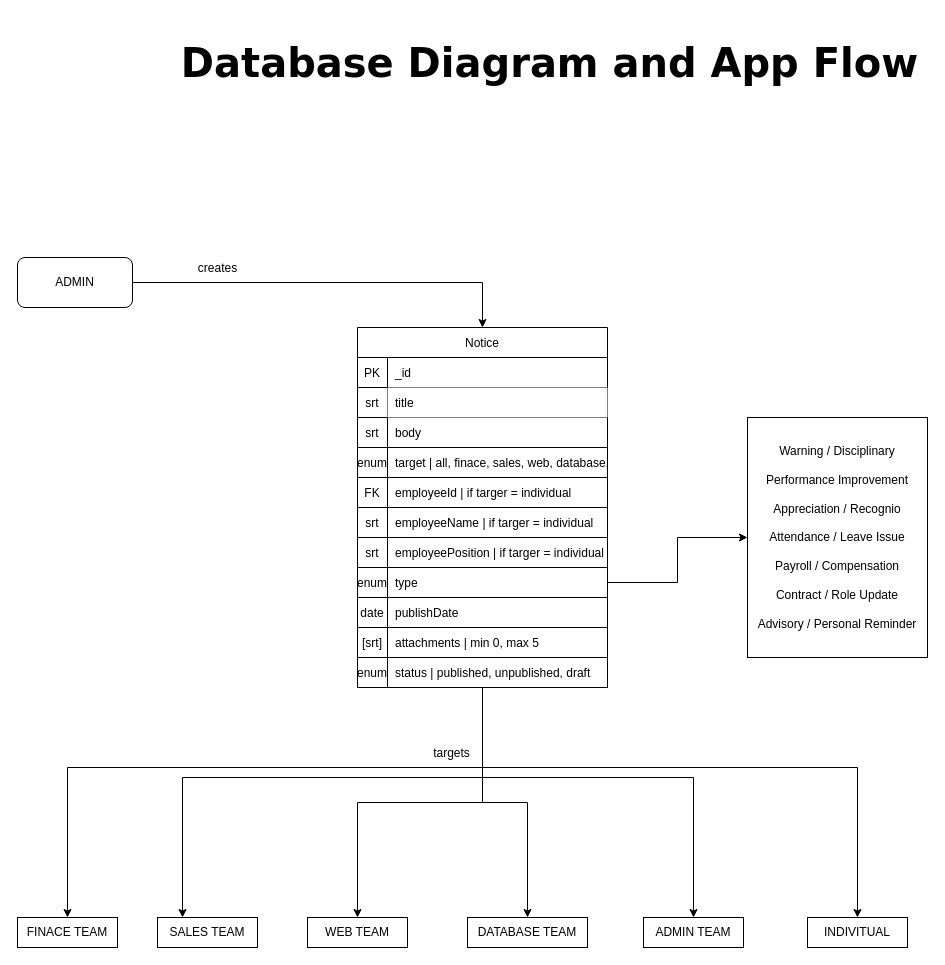
Above: page "Diagram" (1 of 2) of DB DIAGRAM & RELATIONS.drawio in mdalmamunDev/notice-managment-backend-nebs-it (draw.io), before the change. Source tidied: cells renumbered, new cells numbered last; positions are measured from the earlier drawing's top-left corner, leaving out a move shared by most shapes. Both pictures are drawn from the tidied source at 100%, with x=0, y=0 at pixel (17, 17).
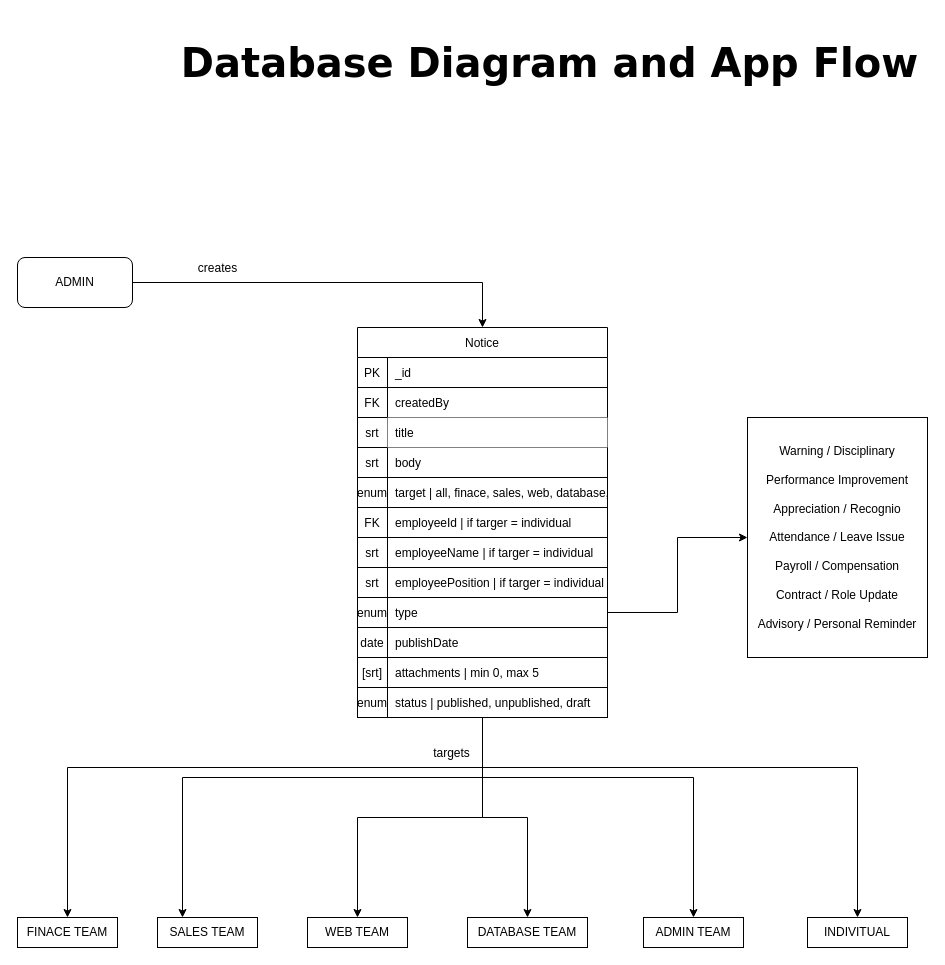
After the change.

Diff of the diagram source:
```diff
@@
     <mxCell id="8" value="Notice" style="shape=table;startSize=30;childLayout=tableLayout;rowLines=0;fontStyle=0;align=center;fontColor=default;strokeColor=default;" parent="1" vertex="1">
-      <mxGeometry x="340" y="310" width="250" height="360" as="geometry" />
+      <mxGeometry x="340" y="310" width="250" height="390" as="geometry" />
     </mxCell>
@@
+    <mxCell id="55" style="shape=partialRectangle;fillColor=none;top=0;left=0;right=0;bottom=1;fontColor=default;strokeColor=default;fontStyle=0;" parent="8" vertex="1">
+      <mxGeometry y="60" width="250" height="30" as="geometry" />
+    </mxCell>
+    <mxCell id="56" value="FK" style="shape=partialRectangle;overflow=hidden;fillColor=none;top=0;left=0;bottom=0;right=0;fontStyle=0;fontColor=default;strokeColor=default;" parent="55" vertex="1">
+      <mxGeometry width="30" height="30" as="geometry" />
+    </mxCell>
+    <mxCell id="57" value="createdBy" style="shape=partialRectangle;overflow=hidden;fillColor=none;top=0;left=0;bottom=0;right=0;align=left;spacingLeft=6;fontStyle=0;fontColor=default;strokeColor=default;" parent="55" vertex="1">
+      <mxGeometry x="30" width="220" height="30" as="geometry" />
+    </mxCell>
     <mxCell id="12" style="shape=partialRectangle;fillColor=none;top=0;left=0;right=0;bottom=1;fontColor=default;strokeColor=default;fontStyle=0;" parent="8" vertex="1">
-      <mxGeometry y="60" width="250" height="30" as="geometry" />
+      <mxGeometry y="90" width="250" height="30" as="geometry" />
     </mxCell>
@@
     <mxCell id="15" style="shape=partialRectangle;fillColor=none;top=0;left=0;right=0;bottom=1;fontColor=default;strokeColor=default;fontStyle=0;" parent="8" vertex="1">
-      <mxGeometry y="90" width="250" height="30" as="geometry" />
+      <mxGeometry y="120" width="250" height="30" as="geometry" />
     </mxCell>
@@
     <mxCell id="18" style="shape=partialRectangle;fillColor=none;top=0;left=0;right=0;bottom=1;fontColor=default;strokeColor=default;fontStyle=0;" parent="8" vertex="1">
-      <mxGeometry y="120" width="250" height="30" as="geometry" />
+      <mxGeometry y="150" width="250" height="30" as="geometry" />
     </mxCell>
@@
     <mxCell id="21" style="shape=partialRectangle;fillColor=none;top=0;left=0;right=0;bottom=1;fontColor=default;strokeColor=default;fontStyle=0;" parent="8" vertex="1">
-      <mxGeometry y="150" width="250" height="30" as="geometry" />
+      <mxGeometry y="180" width="250" height="30" as="geometry" />
     </mxCell>
@@
     <mxCell id="24" style="shape=partialRectangle;fillColor=none;top=0;left=0;right=0;bottom=1;fontColor=default;strokeColor=default;fontStyle=0;" parent="8" vertex="1">
-      <mxGeometry y="180" width="250" height="30" as="geometry" />
+      <mxGeometry y="210" width="250" height="30" as="geometry" />
     </mxCell>
@@
     <mxCell id="27" style="shape=partialRectangle;fillColor=none;top=0;left=0;right=0;bottom=1;fontColor=default;strokeColor=default;fontStyle=0;" parent="8" vertex="1">
-      <mxGeometry y="210" width="250" height="30" as="geometry" />
+      <mxGeometry y="240" width="250" height="30" as="geometry" />
     </mxCell>
@@
     <mxCell id="30" style="shape=partialRectangle;fillColor=none;points=[[0,0.5],[1,0.5]];portConstraint=eastwest;top=0;left=0;right=0;bottom=1;fontColor=default;strokeColor=default;fontStyle=0;" parent="8" vertex="1">
-      <mxGeometry y="240" width="250" height="30" as="geometry" />
+      <mxGeometry y="270" width="250" height="30" as="geometry" />
     </mxCell>
@@
     <mxCell id="33" style="shape=partialRectangle;fillColor=none;top=0;left=0;right=0;bottom=1;fontColor=default;strokeColor=default;fontStyle=0;" parent="8" vertex="1">
-      <mxGeometry y="270" width="250" height="30" as="geometry" />
+      <mxGeometry y="300" width="250" height="30" as="geometry" />
     </mxCell>
@@
     <mxCell id="36" style="shape=partialRectangle;fillColor=none;top=0;left=0;right=0;bottom=1;fontColor=default;strokeColor=default;fontStyle=0;" parent="8" vertex="1">
-      <mxGeometry y="300" width="250" height="30" as="geometry" />
+      <mxGeometry y="330" width="250" height="30" as="geometry" />
     </mxCell>
@@
     <mxCell id="39" style="shape=partialRectangle;fillColor=none;top=0;left=0;right=0;bottom=1;fontColor=default;strokeColor=default;fontStyle=0;" parent="8" vertex="1">
-      <mxGeometry y="330" width="250" height="30" as="geometry" />
+      <mxGeometry y="360" width="250" height="30" as="geometry" />
     </mxCell>
```
